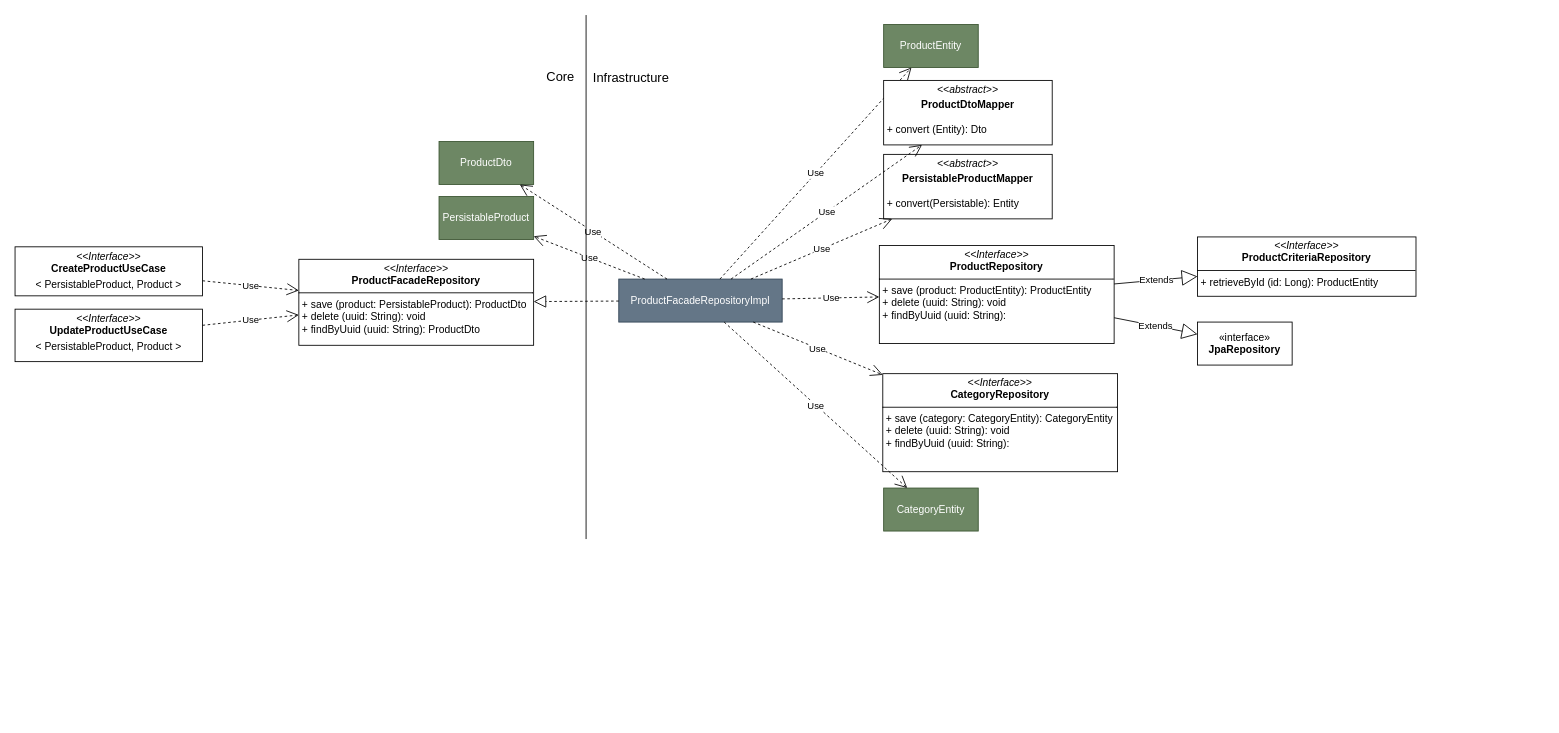
khinemyaezin/grab keeps this draw.io diagram as page "Page-1" (1 of 2) of docs/product-classdiagram.drawio. Above is the earlier version. Source tidied: cells renumbered, new cells numbered last; positions are measured from the earlier drawing's top-left corner, leaving out a move shared by most shapes. Both pictures are drawn from the tidied source at 86%, with x=0, y=0 at pixel (15, 15).
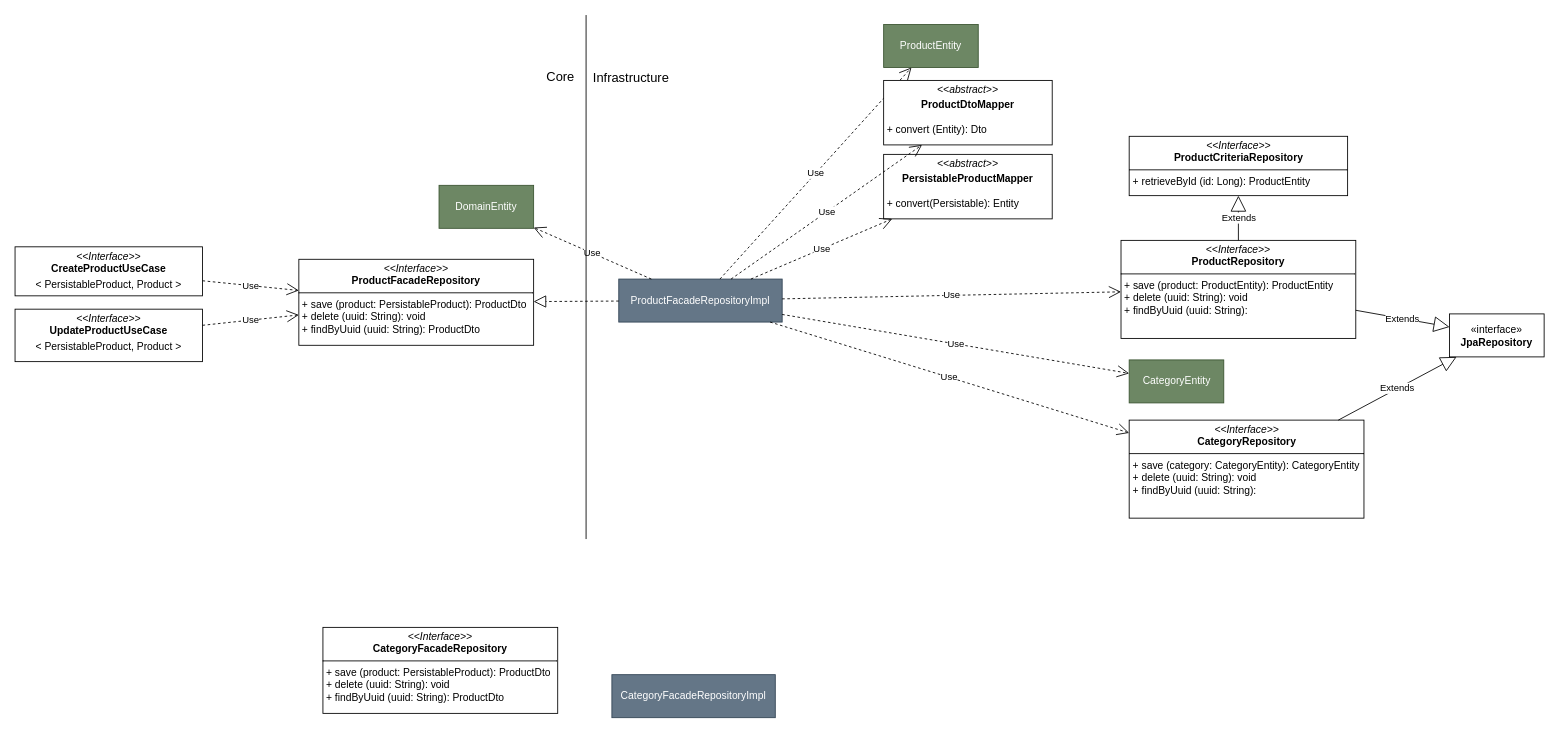
Above is the later version.

The change refers to these unchanged cells:
```xml
<mxCell id="8" value="ProductFacadeRepositoryImpl" style="html=1;whiteSpace=wrap;fillColor=#647687;fontColor=#ffffff;strokeColor=#314354;" parent="1" vertex="1">
  <mxGeometry x="702" y="307" width="190" height="50" as="geometry" />
</mxCell>
```

Diff of the diagram source:
```diff
@@
     <mxCell id="3" value="&lt;p style=&quot;margin:0px;margin-top:4px;text-align:center;&quot;&gt;&lt;i&gt;&amp;lt;&amp;lt;Interface&amp;gt;&amp;gt;&lt;/i&gt;&lt;br&gt;&lt;b&gt;ProductRepository&lt;/b&gt;&lt;br&gt;&lt;/p&gt;&lt;hr size=&quot;1&quot; style=&quot;border-style:solid;&quot;&gt;&lt;p style=&quot;margin:0px;margin-left:4px;&quot;&gt;+ save (product: ProductEntity): ProductEntity&lt;br&gt;&lt;/p&gt;&lt;p style=&quot;margin:0px;margin-left:4px;&quot;&gt;+ delete (uuid: String): void&lt;/p&gt;&lt;p style=&quot;margin:0px;margin-left:4px;&quot;&gt;+ findByUuid (uuid: String):&lt;/p&gt;" style="verticalAlign=top;align=left;overflow=fill;html=1;whiteSpace=wrap;fillColor=none;" parent="1" vertex="1">
-      <mxGeometry x="1005" y="268" width="273" height="114" as="geometry" />
+      <mxGeometry x="1286" y="262" width="273" height="114" as="geometry" />
     </mxCell>
     <mxCell id="4" value="«interface»&lt;br&gt;&lt;b&gt;JpaRepository&lt;/b&gt;" style="html=1;whiteSpace=wrap;" parent="1" vertex="1">
-      <mxGeometry x="1375" y="357" width="110" height="50" as="geometry" />
+      <mxGeometry x="1668" y="347.5" width="110" height="50" as="geometry" />
     </mxCell>
@@
     <mxCell id="6" value="&lt;p style=&quot;margin:0px;margin-top:4px;text-align:center;&quot;&gt;&lt;i&gt;&amp;lt;&amp;lt;Interface&amp;gt;&amp;gt;&lt;/i&gt;&lt;br&gt;&lt;b&gt;ProductCriteriaRepository&lt;/b&gt;&lt;br&gt;&lt;/p&gt;&lt;hr size=&quot;1&quot; style=&quot;border-style:solid;&quot;&gt;&lt;p style=&quot;margin:0px;margin-left:4px;&quot;&gt;+&amp;nbsp;retrieveById (id: Long): ProductEntity&lt;/p&gt;" style="verticalAlign=top;align=left;overflow=fill;html=1;whiteSpace=wrap;fillColor=none;" parent="1" vertex="1">
-      <mxGeometry x="1375" y="258" width="254" height="69" as="geometry" />
+      <mxGeometry x="1295.5" y="141" width="254" height="69" as="geometry" />
     </mxCell>
@@
     <mxCell id="11" value="&lt;p style=&quot;margin:0px;margin-top:4px;text-align:center;&quot;&gt;&lt;i&gt;&amp;lt;&amp;lt;Interface&amp;gt;&amp;gt;&lt;/i&gt;&lt;br&gt;&lt;b&gt;CategoryRepository&lt;/b&gt;&lt;br&gt;&lt;/p&gt;&lt;hr size=&quot;1&quot; style=&quot;border-style:solid;&quot;&gt;&lt;p style=&quot;margin:0px;margin-left:4px;&quot;&gt;+ save (category: CategoryEntity): CategoryEntity&lt;br&gt;&lt;/p&gt;&lt;p style=&quot;margin:0px;margin-left:4px;&quot;&gt;+ delete (uuid: String): void&lt;/p&gt;&lt;p style=&quot;margin:0px;margin-left:4px;&quot;&gt;+ findByUuid (uuid: String):&lt;/p&gt;" style="verticalAlign=top;align=left;overflow=fill;html=1;whiteSpace=wrap;fillColor=none;" parent="1" vertex="1">
-      <mxGeometry x="1009" y="417" width="273" height="114" as="geometry" />
+      <mxGeometry x="1295.5" y="471" width="273" height="114" as="geometry" />
     </mxCell>
@@
-    <mxCell id="13" value="PersistableProduct" style="html=1;whiteSpace=wrap;fillColor=#6d8764;fontColor=#ffffff;strokeColor=#3A5431;" parent="1" vertex="1">
-      <mxGeometry x="493" y="211" width="110" height="50" as="geometry" />
-    </mxCell>
-    <mxCell id="14" value="ProductDto" style="html=1;whiteSpace=wrap;fillColor=#6d8764;fontColor=#ffffff;strokeColor=#3A5431;" parent="1" vertex="1">
-      <mxGeometry x="493" y="147" width="110" height="50" as="geometry" />
+    <mxCell id="14" value="DomainEntity" style="html=1;whiteSpace=wrap;fillColor=#6d8764;fontColor=#ffffff;strokeColor=#3A5431;" parent="1" vertex="1">
+      <mxGeometry x="493" y="198" width="110" height="50" as="geometry" />
     </mxCell>
@@
-    <mxCell id="19" value="Use" style="endArrow=open;endSize=12;dashed=1;html=1;rounded=0;" parent="1" edge="1" source="8" target="13">
-      <mxGeometry relative="1" as="geometry" />
-    </mxCell>
@@
     <mxCell id="23" value="CategoryEntity" style="html=1;whiteSpace=wrap;fillColor=#6d8764;fontColor=#ffffff;strokeColor=#3A5431;" parent="1" vertex="1">
-      <mxGeometry x="1010" y="550" width="110" height="50" as="geometry" />
+      <mxGeometry x="1295.5" y="401" width="110" height="50" as="geometry" />
     </mxCell>
@@
+    <mxCell id="32" value="Extends" style="endArrow=block;endSize=16;endFill=0;html=1;rounded=0;" parent="1" edge="1" source="11" target="4">
+      <mxGeometry relative="1" as="geometry" />
+    </mxCell>
+    <mxCell id="33" value="CategoryFacadeRepositoryImpl" style="html=1;whiteSpace=wrap;fillColor=#647687;fontColor=#ffffff;strokeColor=#314354;" parent="1" vertex="1">
+      <mxGeometry x="694" y="767" width="190" height="50" as="geometry" />
+    </mxCell>
+    <mxCell id="34" value="&lt;p style=&quot;margin:0px;margin-top:4px;text-align:center;&quot;&gt;&lt;i&gt;&amp;lt;&amp;lt;Interface&amp;gt;&amp;gt;&lt;/i&gt;&lt;br&gt;&lt;b&gt;CategoryFacadeRepository&lt;/b&gt;&lt;br&gt;&lt;/p&gt;&lt;hr size=&quot;1&quot; style=&quot;border-style:solid;&quot;&gt;&lt;p style=&quot;margin:0px;margin-left:4px;&quot;&gt;+ save (product: PersistableProduct): ProductDto&lt;br&gt;&lt;/p&gt;&lt;p style=&quot;margin:0px;margin-left:4px;&quot;&gt;+ delete (uuid: String): void&lt;/p&gt;&lt;p style=&quot;margin:0px;margin-left:4px;&quot;&gt;+ findByUuid (uuid: String): ProductDto&lt;/p&gt;" style="verticalAlign=top;align=left;overflow=fill;html=1;whiteSpace=wrap;fillColor=none;" parent="1" vertex="1">
+      <mxGeometry x="358" y="712" width="273" height="100" as="geometry" />
+    </mxCell>
```
